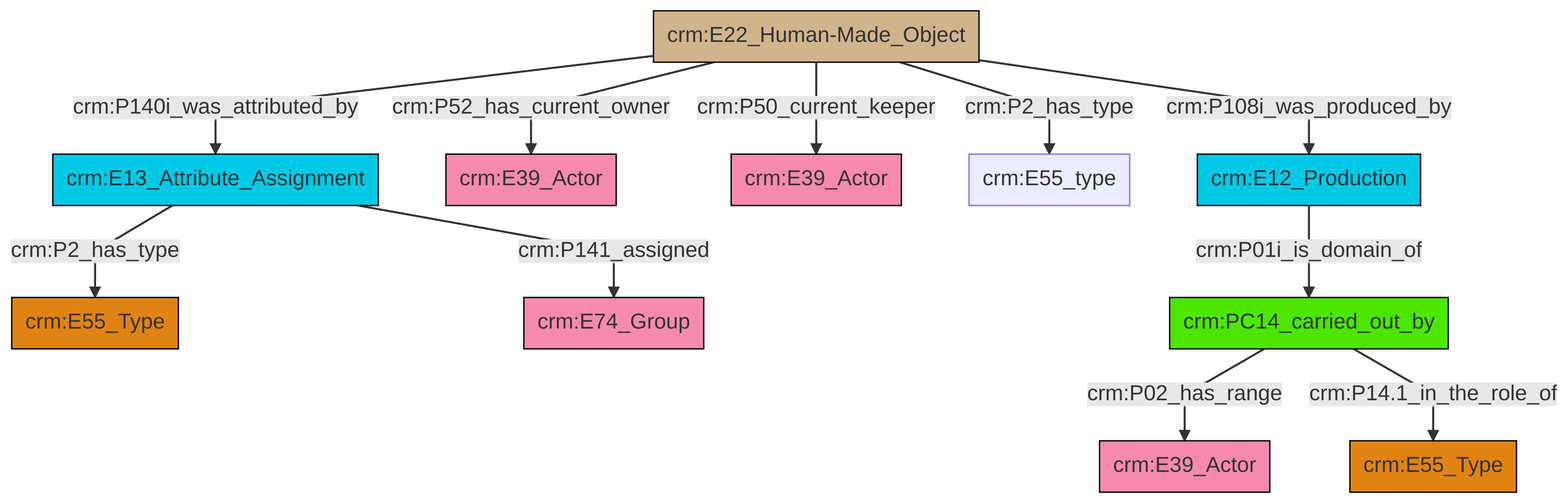
The Mermaid diagram et/artworkCSV/ttl/mmd/png/Artwork_Actor_Relations.png in swiss-art-research-net/reference-data-models, before a commit. Its source is kept beside it as et/artworkCSV/ttl/mmd/Artwork_Actor_Relations.ttl.mmd.
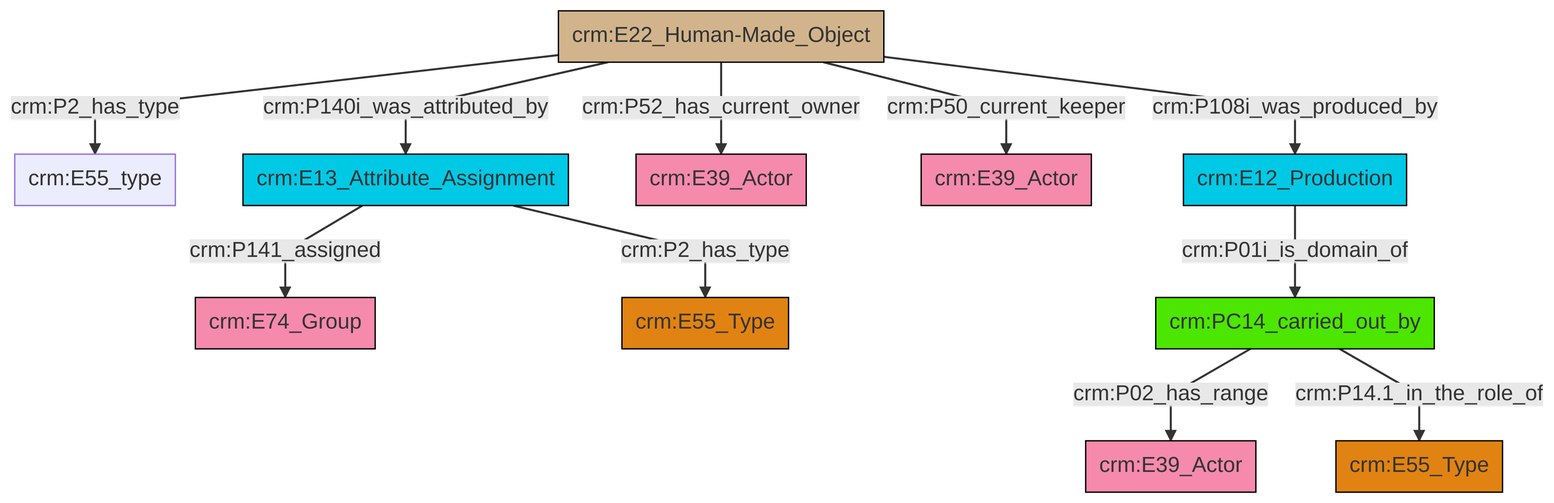
Later version of the same file.

Diff of the diagram source:
```diff
@@ -13,13 +13,13 @@
 classDef PC_Classes fill:#4ce600, stroke:#000000;
 classDef Multi fill:#cccccc,stroke:#000000;
 
-2["crm:E22_Human-Made_Object"]:::Physical_Thing -->|crm:P140i_was_attributed_by| 3["crm:E13_Attribute_Assignment"]:::Temporal_Entity
-2["crm:E22_Human-Made_Object"]:::Physical_Thing -->|crm:P52_has_current_owner| 4["crm:E39_Actor"]:::Actor
-9["crm:PC14_carried_out_by"]:::PC_Classes -->|crm:P02_has_range| 10["crm:E39_Actor"]:::Actor
-9["crm:PC14_carried_out_by"]:::PC_Classes -->|crm:P14.1_in_the_role_of| 0["crm:E55_Type"]:::Type
-2["crm:E22_Human-Made_Object"]:::Physical_Thing -->|crm:P50_current_keeper| 7["crm:E39_Actor"]:::Actor
-15["crm:E12_Production"]:::Temporal_Entity -->|crm:P01i_is_domain_of| 9["crm:PC14_carried_out_by"]:::PC_Classes
-3["crm:E13_Attribute_Assignment"]:::Temporal_Entity -->|crm:P2_has_type| 5["crm:E55_Type"]:::Type
-2["crm:E22_Human-Made_Object"]:::Physical_Thing -->|crm:P2_has_type| 19["crm:E55_type"]:::Default
-3["crm:E13_Attribute_Assignment"]:::Temporal_Entity -->|crm:P141_assigned| 16["crm:E74_Group"]:::Actor
-2["crm:E22_Human-Made_Object"]:::Physical_Thing -->|crm:P108i_was_produced_by| 15["crm:E12_Production"]:::Temporal_Entity
+0["crm:E22_Human-Made_Object"]:::Physical_Thing -->|crm:P2_has_type| 1["crm:E55_type"]:::Default
+5["crm:E13_Attribute_Assignment"]:::Temporal_Entity -->|crm:P141_assigned| 6["crm:E74_Group"]:::Actor
+10["crm:PC14_carried_out_by"]:::PC_Classes -->|crm:P02_has_range| 14["crm:E39_Actor"]:::Actor
+16["crm:E12_Production"]:::Temporal_Entity -->|crm:P01i_is_domain_of| 10["crm:PC14_carried_out_by"]:::PC_Classes
+5["crm:E13_Attribute_Assignment"]:::Temporal_Entity -->|crm:P2_has_type| 18["crm:E55_Type"]:::Type
+0["crm:E22_Human-Made_Object"]:::Physical_Thing -->|crm:P140i_was_attributed_by| 5["crm:E13_Attribute_Assignment"]:::Temporal_Entity
+0["crm:E22_Human-Made_Object"]:::Physical_Thing -->|crm:P52_has_current_owner| 7["crm:E39_Actor"]:::Actor
+0["crm:E22_Human-Made_Object"]:::Physical_Thing -->|crm:P50_current_keeper| 12["crm:E39_Actor"]:::Actor
+0["crm:E22_Human-Made_Object"]:::Physical_Thing -->|crm:P108i_was_produced_by| 16["crm:E12_Production"]:::Temporal_Entity
+10["crm:PC14_carried_out_by"]:::PC_Classes -->|crm:P14.1_in_the_role_of| 3["crm:E55_Type"]:::Type
```
